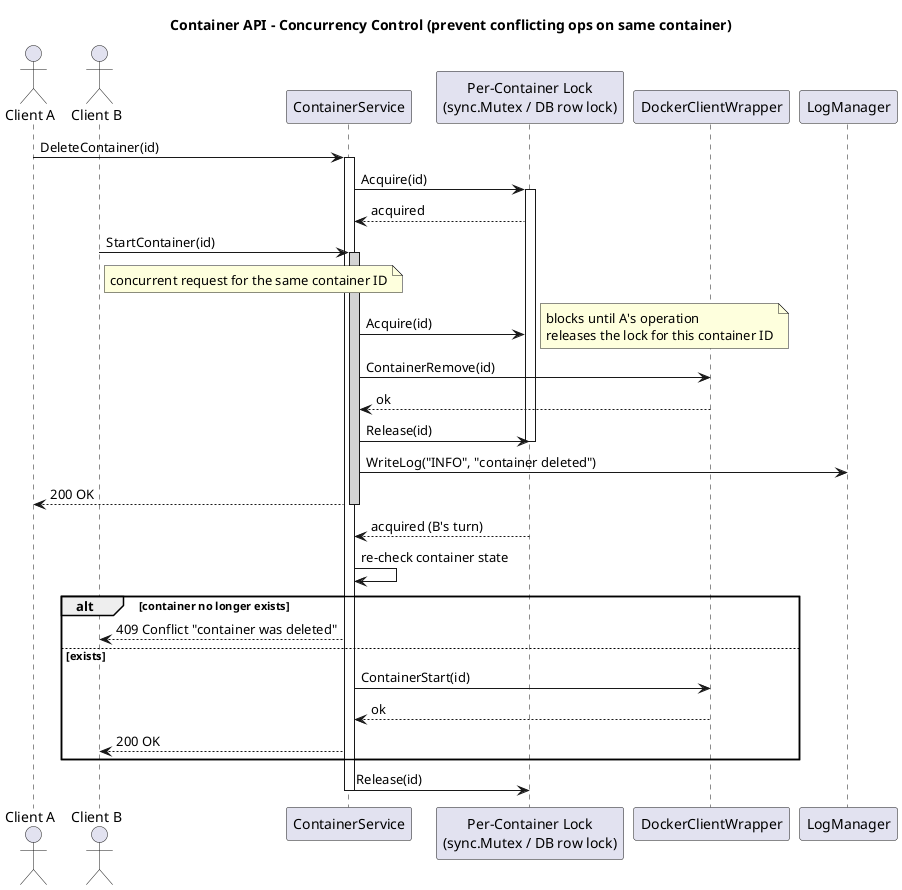
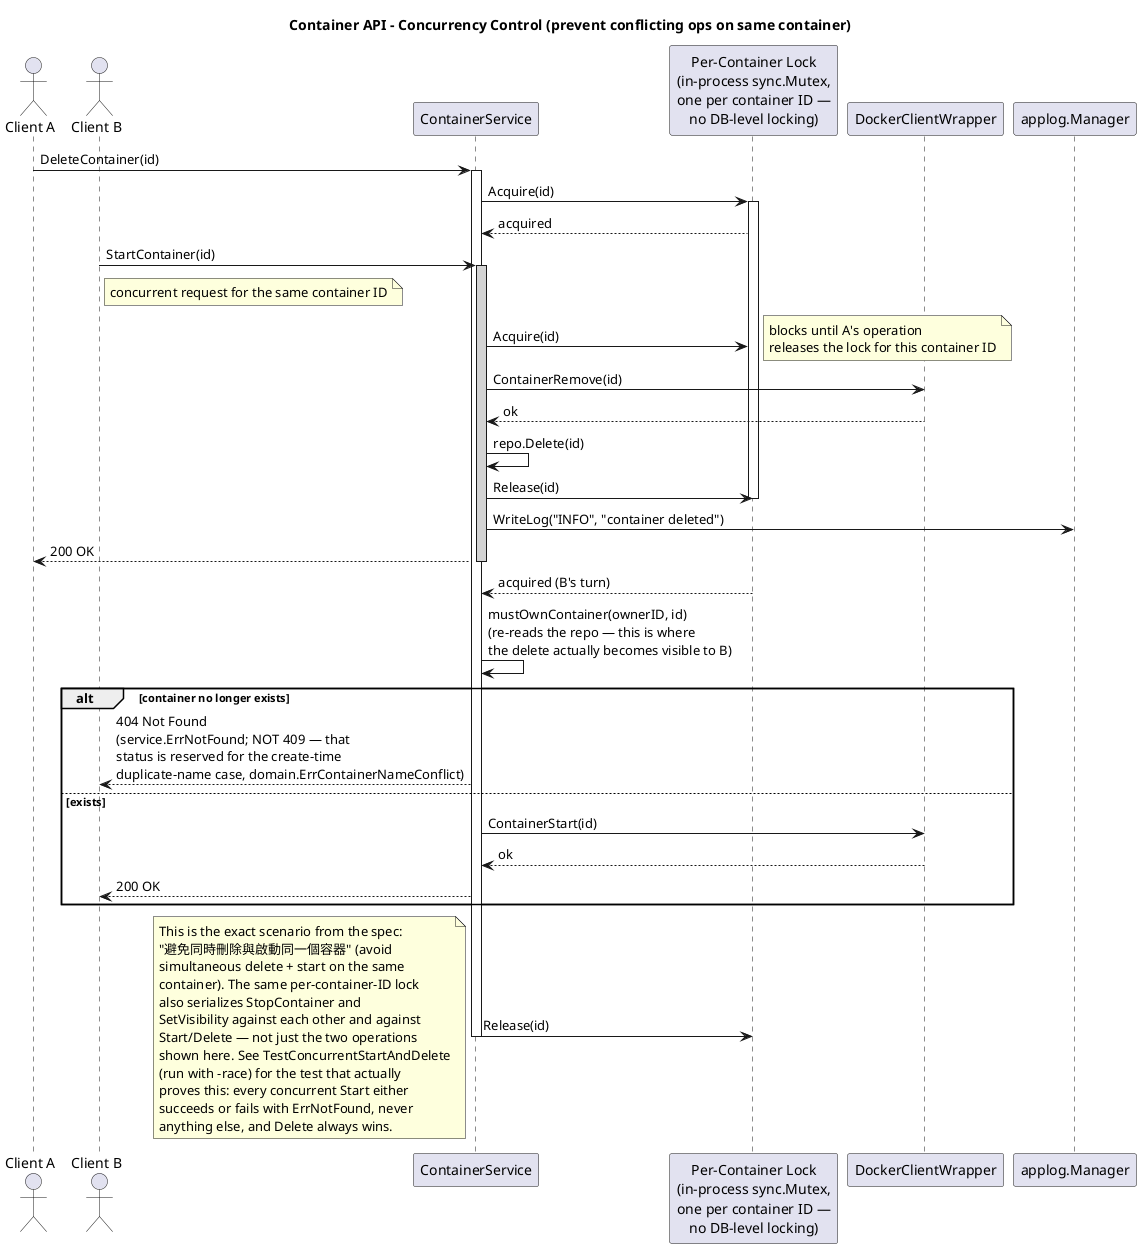
@startuml
title Container API - Concurrency Control (prevent conflicting ops on same container)

actor "Client A" as A
actor "Client B" as B
participant ContainerService
- participant "Per-Container Lock\n(sync.Mutex / DB row lock)" as Lock
+ participant "Per-Container Lock\n(in-process sync.Mutex,\none per container ID —\nno DB-level locking)" as Lock
participant DockerClientWrapper
- participant LogManager
+ participant "applog.Manager" as LogManager

A -> ContainerService: DeleteContainer(id)
activate ContainerService
ContainerService -> Lock: Acquire(id)
activate Lock
Lock --> ContainerService: acquired

B -> ContainerService: StartContainer(id)
note right of B: concurrent request for the same container ID
activate ContainerService #LightGray
ContainerService -> Lock: Acquire(id)
note right: blocks until A's operation\nreleases the lock for this container ID

ContainerService -> DockerClientWrapper: ContainerRemove(id)
DockerClientWrapper --> ContainerService: ok
+ ContainerService -> ContainerService: repo.Delete(id)
ContainerService -> Lock: Release(id)
deactivate Lock
ContainerService -> LogManager: WriteLog("INFO", "container deleted")
ContainerService --> A: 200 OK
deactivate ContainerService

Lock --> ContainerService: acquired (B's turn)
- ContainerService -> ContainerService: re-check container state
+ ContainerService -> ContainerService: mustOwnContainer(ownerID, id)\n(re-reads the repo — this is where\nthe delete actually becomes visible to B)
alt container no longer exists
-   ContainerService --> B: 409 Conflict "container was deleted"
+   ContainerService --> B: 404 Not Found\n(service.ErrNotFound; NOT 409 — that\nstatus is reserved for the create-time\nduplicate-name case, domain.ErrContainerNameConflict)
else exists
  ContainerService -> DockerClientWrapper: ContainerStart(id)
  DockerClientWrapper --> ContainerService: ok
  ContainerService --> B: 200 OK
end
ContainerService -> Lock: Release(id)
deactivate ContainerService

+ note bottom
+   This is the exact scenario from the spec:
+   "避免同時刪除與啟動同一個容器" (avoid
+   simultaneous delete + start on the same
+   container). The same per-container-ID lock
+   also serializes StopContainer and
+   SetVisibility against each other and against
+   Start/Delete — not just the two operations
+   shown here. See TestConcurrentStartAndDelete
+   (run with -race) for the test that actually
+   proves this: every concurrent Start either
+   succeeds or fails with ErrNotFound, never
+   anything else, and Delete always wins.
+ end note
+ 
@enduml
